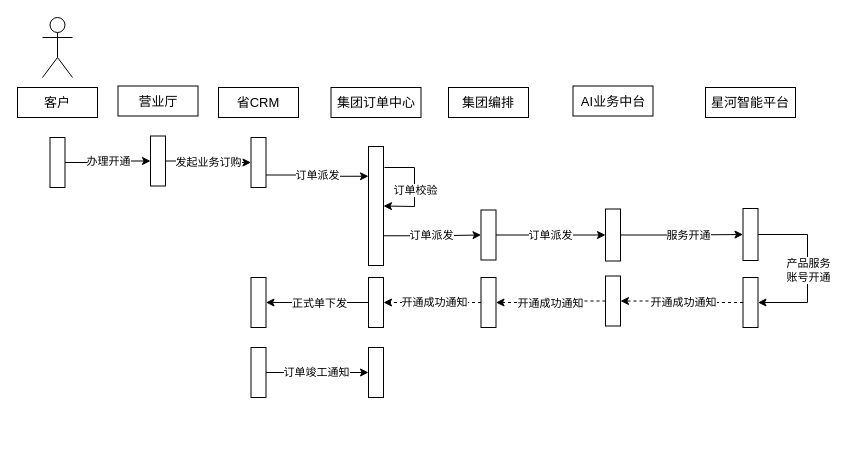
The draw.io diagram 星河业务规范开通.drawio in JQLIANG77/drowio, before the edit. Source tidied: cells renumbered, new cells numbered last; positions are measured from the earlier drawing's top-left corner, leaving out a move shared by most shapes. Both pictures are drawn from the tidied source at 100%, with x=0, y=0 at pixel (17, 17).
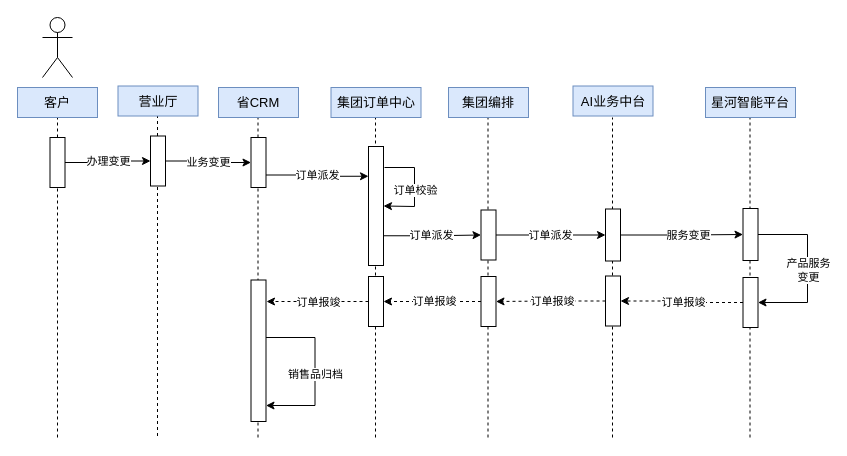
The same page after the edit.

Commit message:
更新星河业务规范开通.drawio

Unchanged cells that the change refers to:
```xml
<mxCell id="10" style="edgeStyle=orthogonalEdgeStyle;rounded=0;jettySize=auto;html=1;exitX=1;exitY=0.5;exitDx=0;exitDy=0;entryX=0;entryY=0.5;entryDx=0;entryDy=0;" parent="1" edge="1" source="12" target="15">
  <mxGeometry relative="1" as="geometry" />
</mxCell>
<mxCell id="13" style="edgeStyle=orthogonalEdgeStyle;rounded=0;jettySize=auto;html=1;exitX=1;exitY=0.5;exitDx=0;exitDy=0;entryX=0;entryY=0.5;entryDx=0;entryDy=0;" parent="1" edge="1" source="15" target="18">
  <mxGeometry relative="1" as="geometry" />
</mxCell>
<mxCell id="25" style="edgeStyle=orthogonalEdgeStyle;rounded=0;jettySize=auto;html=1;" parent="1" edge="1" source="27" target="28">
  <mxGeometry relative="1" as="geometry" />
</mxCell>
<mxCell id="31" style="edgeStyle=orthogonalEdgeStyle;rounded=0;jettySize=auto;html=1;dashed=1;" parent="1" edge="1" source="33" target="36">
  <mxGeometry relative="1" as="geometry" />
</mxCell>
<mxCell id="34" style="edgeStyle=orthogonalEdgeStyle;rounded=0;jettySize=auto;html=1;dashed=1;" parent="1" edge="1" source="36" target="39">
  <mxGeometry relative="1" as="geometry" />
</mxCell>
<mxCell id="37" style="edgeStyle=orthogonalEdgeStyle;rounded=0;jettySize=auto;html=1;dashed=1;" parent="1" edge="1" source="39" target="42">
  <mxGeometry relative="1" as="geometry" />
</mxCell>
<mxCell id="43" style="endArrow=classic;html=1;rounded=0;exitX=1;exitY=0.5;exitDx=0;exitDy=0;entryX=1;entryY=0.5;entryDx=0;entryDy=0;" parent="1" edge="1" source="28" target="33">
  <mxGeometry relative="1" as="geometry">
    <Array as="points">
      <mxPoint x="790" y="217" />
      <mxPoint x="790" y="285" />
    </Array>
  </mxGeometry>
</mxCell>
```

Diff of the diagram source:
```diff
@@
+    <mxCell id="50" style="endArrow=none;dashed=1;html=1;rounded=0;entryX=0.5;entryY=1;entryDx=0;entryDy=0;" parent="1" edge="1">
+      <mxGeometry relative="1" as="geometry">
+        <mxPoint x="732.5" y="420" as="sourcePoint" />
+        <mxPoint x="732.5" y="100" as="targetPoint" />
+      </mxGeometry>
+    </mxCell>
+    <mxCell id="51" style="endArrow=none;dashed=1;html=1;rounded=0;entryX=0.5;entryY=1;entryDx=0;entryDy=0;" parent="1" edge="1">
+      <mxGeometry relative="1" as="geometry">
+        <mxPoint x="595" y="420" as="sourcePoint" />
+        <mxPoint x="595" y="100" as="targetPoint" />
+      </mxGeometry>
+    </mxCell>
+    <mxCell id="52" style="endArrow=none;dashed=1;html=1;rounded=0;entryX=0.5;entryY=1;entryDx=0;entryDy=0;" parent="1" edge="1">
+      <mxGeometry relative="1" as="geometry">
+        <mxPoint x="470.5" y="420" as="sourcePoint" />
+        <mxPoint x="470.5" y="100" as="targetPoint" />
+      </mxGeometry>
+    </mxCell>
+    <mxCell id="53" style="endArrow=none;dashed=1;html=1;rounded=0;entryX=0.5;entryY=1;entryDx=0;entryDy=0;" parent="1" edge="1">
+      <mxGeometry relative="1" as="geometry">
+        <mxPoint x="358" y="420" as="sourcePoint" />
+        <mxPoint x="358" y="100" as="targetPoint" />
+      </mxGeometry>
+    </mxCell>
+    <mxCell id="54" style="endArrow=none;dashed=1;html=1;rounded=0;entryX=0.5;entryY=1;entryDx=0;entryDy=0;" parent="1" edge="1">
+      <mxGeometry relative="1" as="geometry">
+        <mxPoint x="240.5" y="420" as="sourcePoint" />
+        <mxPoint x="240.5" y="100" as="targetPoint" />
+      </mxGeometry>
+    </mxCell>
+    <mxCell id="55" style="endArrow=none;dashed=1;html=1;rounded=0;entryX=0.5;entryY=1;entryDx=0;entryDy=0;" parent="1" edge="1">
+      <mxGeometry relative="1" as="geometry">
+        <mxPoint x="140" y="418.5" as="sourcePoint" />
+        <mxPoint x="140" y="98.5" as="targetPoint" />
+      </mxGeometry>
+    </mxCell>
+    <mxCell id="56" style="endArrow=none;dashed=1;html=1;rounded=0;entryX=0.5;entryY=1;entryDx=0;entryDy=0;" parent="1" edge="1" target="3">
+      <mxGeometry relative="1" as="geometry">
+        <mxPoint x="40" y="420" as="sourcePoint" />
+      </mxGeometry>
+    </mxCell>
@@
-    <mxCell id="3" value="&lt;font style=&quot;font-size: 13px;&quot;&gt;客户&lt;/font&gt;" style="rounded=0;whiteSpace=wrap;html=1;" parent="1" vertex="1">
+    <mxCell id="3" value="&lt;font style=&quot;font-size: 13px;&quot;&gt;客户&lt;/font&gt;" style="rounded=0;whiteSpace=wrap;html=1;fillColor=#dae8fc;strokeColor=#6c8ebf;" parent="1" vertex="1">
       <mxGeometry y="70" width="80" height="30" as="geometry" />
     </mxCell>
-    <mxCell id="4" value="&lt;font style=&quot;font-size: 13px;&quot;&gt;营业厅&lt;/font&gt;" style="rounded=0;whiteSpace=wrap;html=1;" parent="1" vertex="1">
+    <mxCell id="4" value="&lt;font style=&quot;font-size: 13px;&quot;&gt;营业厅&lt;/font&gt;" style="rounded=0;whiteSpace=wrap;html=1;fillColor=#dae8fc;strokeColor=#6c8ebf;" parent="1" vertex="1">
       <mxGeometry x="100.5" y="68.5" width="80" height="30" as="geometry" />
     </mxCell>
-    <mxCell id="5" value="&lt;span style=&quot;font-size: 13px;&quot;&gt;省CRM&lt;/span&gt;" style="rounded=0;whiteSpace=wrap;html=1;" parent="1" vertex="1">
+    <mxCell id="5" value="&lt;span style=&quot;font-size: 13px;&quot;&gt;省CRM&lt;/span&gt;" style="rounded=0;whiteSpace=wrap;html=1;fillColor=#dae8fc;strokeColor=#6c8ebf;" parent="1" vertex="1">
       <mxGeometry x="201" y="70" width="80" height="30" as="geometry" />
     </mxCell>
-    <mxCell id="6" value="&lt;span style=&quot;font-size: 13px;&quot;&gt;集团订单中心&lt;/span&gt;" style="rounded=0;whiteSpace=wrap;html=1;" parent="1" vertex="1">
+    <mxCell id="6" value="&lt;span style=&quot;font-size: 13px;&quot;&gt;集团订单中心&lt;/span&gt;" style="rounded=0;whiteSpace=wrap;html=1;fillColor=#dae8fc;strokeColor=#6c8ebf;" parent="1" vertex="1">
       <mxGeometry x="313.5" y="70" width="90" height="30" as="geometry" />
     </mxCell>
-    <mxCell id="7" value="&lt;span style=&quot;font-size: 13px;&quot;&gt;AI业务中台&lt;/span&gt;" style="rounded=0;whiteSpace=wrap;html=1;" parent="1" vertex="1">
+    <mxCell id="7" value="&lt;span style=&quot;font-size: 13px;&quot;&gt;AI业务中台&lt;/span&gt;" style="rounded=0;whiteSpace=wrap;html=1;fillColor=#dae8fc;strokeColor=#6c8ebf;" parent="1" vertex="1">
       <mxGeometry x="555.5" y="68.5" width="80" height="30" as="geometry" />
     </mxCell>
-    <mxCell id="8" value="&lt;span style=&quot;font-size: 13px;&quot;&gt;集团编排&lt;/span&gt;" style="rounded=0;whiteSpace=wrap;html=1;" parent="1" vertex="1">
+    <mxCell id="8" value="&lt;span style=&quot;font-size: 13px;&quot;&gt;集团编排&lt;/span&gt;" style="rounded=0;whiteSpace=wrap;html=1;fillColor=#dae8fc;strokeColor=#6c8ebf;" parent="1" vertex="1">
       <mxGeometry x="431" y="70" width="80" height="30" as="geometry" />
     </mxCell>
-    <mxCell id="9" value="&lt;span style=&quot;font-size: 13px;&quot;&gt;星河智能平台&lt;/span&gt;" style="rounded=0;whiteSpace=wrap;html=1;" parent="1" vertex="1">
+    <mxCell id="9" value="&lt;span style=&quot;font-size: 13px;&quot;&gt;星河智能平台&lt;/span&gt;" style="rounded=0;whiteSpace=wrap;html=1;fillColor=#dae8fc;strokeColor=#6c8ebf;" parent="1" vertex="1">
       <mxGeometry x="688" y="70" width="90" height="30" as="geometry" />
     </mxCell>
@@
-    <mxCell id="11" value="办理开通" style="edgeLabel;html=1;align=center;verticalAlign=middle;" parent="10" vertex="1">
+    <mxCell id="11" value="办理变更" style="edgeLabel;html=1;align=center;verticalAlign=middle;" parent="10" vertex="1">
       <mxGeometry relative="1" as="geometry" />
     </mxCell>
@@
-    <mxCell id="14" value="发起业务订购" style="edgeLabel;html=1;align=center;verticalAlign=middle;" parent="13" vertex="1">
+    <mxCell id="14" value="业务变更" style="edgeLabel;html=1;align=center;verticalAlign=middle;" parent="13" vertex="1">
       <mxGeometry y="1" relative="1" as="geometry" />
     </mxCell>
@@
-    <mxCell id="26" value="服务开通" style="edgeLabel;html=1;align=center;verticalAlign=middle;" parent="25" vertex="1">
+    <mxCell id="26" value="服务变更" style="edgeLabel;html=1;align=center;verticalAlign=middle;" parent="25" vertex="1">
       <mxGeometry x="-0.1" relative="1" as="geometry">
         <mxPoint x="12" as="offset" />
       </mxGeometry>
     </mxCell>
@@
-    <mxCell id="32" value="开通成功通知" style="edgeLabel;html=1;align=center;verticalAlign=middle;" parent="31" vertex="1">
+    <mxCell id="32" value="订单报竣" style="edgeLabel;html=1;align=center;verticalAlign=middle;" parent="31" vertex="1">
       <mxGeometry relative="1" as="geometry">
         <mxPoint x="1" as="offset" />
       </mxGeometry>
     </mxCell>
@@
-    <mxCell id="35" value="开通成功通知" style="edgeLabel;html=1;align=center;verticalAlign=middle;" parent="34" vertex="1">
-      <mxGeometry x="0.02" relative="1" as="geometry" />
-    </mxCell>
+    <mxCell id="57" value="订单报竣" style="edgeLabel;html=1;align=center;verticalAlign=middle;" parent="34" vertex="1">
+      <mxGeometry x="-0.02" relative="1" as="geometry" />
+    </mxCell>
@@
-    <mxCell id="38" value="开通成功通知" style="edgeLabel;html=1;align=center;verticalAlign=middle;" parent="37" vertex="1">
-      <mxGeometry x="-0.01" y="-1" relative="1" as="geometry">
-        <mxPoint x="1" as="offset" />
-      </mxGeometry>
-    </mxCell>
+    <mxCell id="58" value="订单报竣" style="edgeLabel;html=1;align=center;verticalAlign=middle;" parent="37" vertex="1">
+      <mxGeometry x="-0.01" y="-1" relative="1" as="geometry">
+        <mxPoint x="1" as="offset" />
+      </mxGeometry>
+    </mxCell>
     <mxCell id="39" style="rounded=0;whiteSpace=wrap;html=1;" parent="1" vertex="1">
-      <mxGeometry x="463.5" y="260" width="15" height="50" as="geometry" />
+      <mxGeometry x="463.5" y="259" width="15" height="50" as="geometry" />
     </mxCell>
-    <mxCell id="40" style="edgeStyle=orthogonalEdgeStyle;rounded=0;jettySize=auto;html=1;" parent="1" edge="1" source="42" target="45">
+    <mxCell id="40" style="edgeStyle=orthogonalEdgeStyle;rounded=0;jettySize=auto;html=1;entryX=1.033;entryY=0.152;entryDx=0;entryDy=0;entryPerimeter=0;dashed=1;" parent="1" edge="1" source="42" target="45">
       <mxGeometry relative="1" as="geometry" />
     </mxCell>
-    <mxCell id="41" value="正式单下发" style="edgeLabel;html=1;align=center;verticalAlign=middle;" parent="40" vertex="1">
-      <mxGeometry x="-0.02" y="1" relative="1" as="geometry">
-        <mxPoint y="-1" as="offset" />
-      </mxGeometry>
-    </mxCell>
+    <mxCell id="59" value="订单报竣" style="edgeLabel;html=1;align=center;verticalAlign=middle;" parent="40" vertex="1">
+      <mxGeometry relative="1" as="geometry" />
+    </mxCell>
     <mxCell id="42" style="rounded=0;whiteSpace=wrap;html=1;" parent="1" vertex="1">
-      <mxGeometry x="351" y="260" width="15" height="50" as="geometry" />
+      <mxGeometry x="351" y="259" width="15" height="50" as="geometry" />
     </mxCell>
@@
-    <mxCell id="44" value="产品服务&lt;div&gt;账号开通&lt;/div&gt;" style="edgeLabel;html=1;align=center;verticalAlign=middle;" parent="43" vertex="1">
+    <mxCell id="44" value="产品服务&lt;div&gt;变更&lt;/div&gt;" style="edgeLabel;html=1;align=center;verticalAlign=middle;" parent="43" vertex="1">
       <mxGeometry x="0.02" y="1" relative="1" as="geometry">
         <mxPoint x="-1" as="offset" />
       </mxGeometry>
     </mxCell>
     <mxCell id="45" style="rounded=0;whiteSpace=wrap;html=1;" parent="1" vertex="1">
-      <mxGeometry x="233.5" y="260" width="15" height="50" as="geometry" />
+      <mxGeometry x="233.5" y="262.5" width="15" height="141.5" as="geometry" />
     </mxCell>
-    <mxCell id="46" style="edgeStyle=orthogonalEdgeStyle;rounded=0;jettySize=auto;html=1;" parent="1" edge="1" source="48" target="49">
-      <mxGeometry relative="1" as="geometry" />
-    </mxCell>
-    <mxCell id="47" value="订单竣工通知" style="edgeLabel;html=1;align=center;verticalAlign=middle;" parent="46" vertex="1">
-      <mxGeometry x="-0.05" y="1" relative="1" as="geometry">
-        <mxPoint x="1" as="offset" />
-      </mxGeometry>
-    </mxCell>
-    <mxCell id="48" style="rounded=0;whiteSpace=wrap;html=1;" parent="1" vertex="1">
-      <mxGeometry x="233.5" y="330" width="15" height="50" as="geometry" />
-    </mxCell>
-    <mxCell id="49" style="rounded=0;whiteSpace=wrap;html=1;" parent="1" vertex="1">
-      <mxGeometry x="351" y="330" width="15" height="50" as="geometry" />
-    </mxCell>
+    <mxCell id="60" style="endArrow=classic;html=1;rounded=0;exitX=1;exitY=0.5;exitDx=0;exitDy=0;entryX=1;entryY=0.5;entryDx=0;entryDy=0;" parent="1" edge="1">
+      <mxGeometry relative="1" as="geometry">
+        <mxPoint x="248.5" y="320" as="sourcePoint" />
+        <mxPoint x="248.5" y="388" as="targetPoint" />
+        <Array as="points">
+          <mxPoint x="297.5" y="320" />
+          <mxPoint x="297.5" y="388" />
+        </Array>
+      </mxGeometry>
+    </mxCell>
+    <mxCell id="61" value="销售品归档" style="edgeLabel;html=1;align=center;verticalAlign=middle;" parent="60" vertex="1">
+      <mxGeometry x="0.02" y="1" relative="1" as="geometry">
+        <mxPoint x="-1" as="offset" />
+      </mxGeometry>
+    </mxCell>
```
